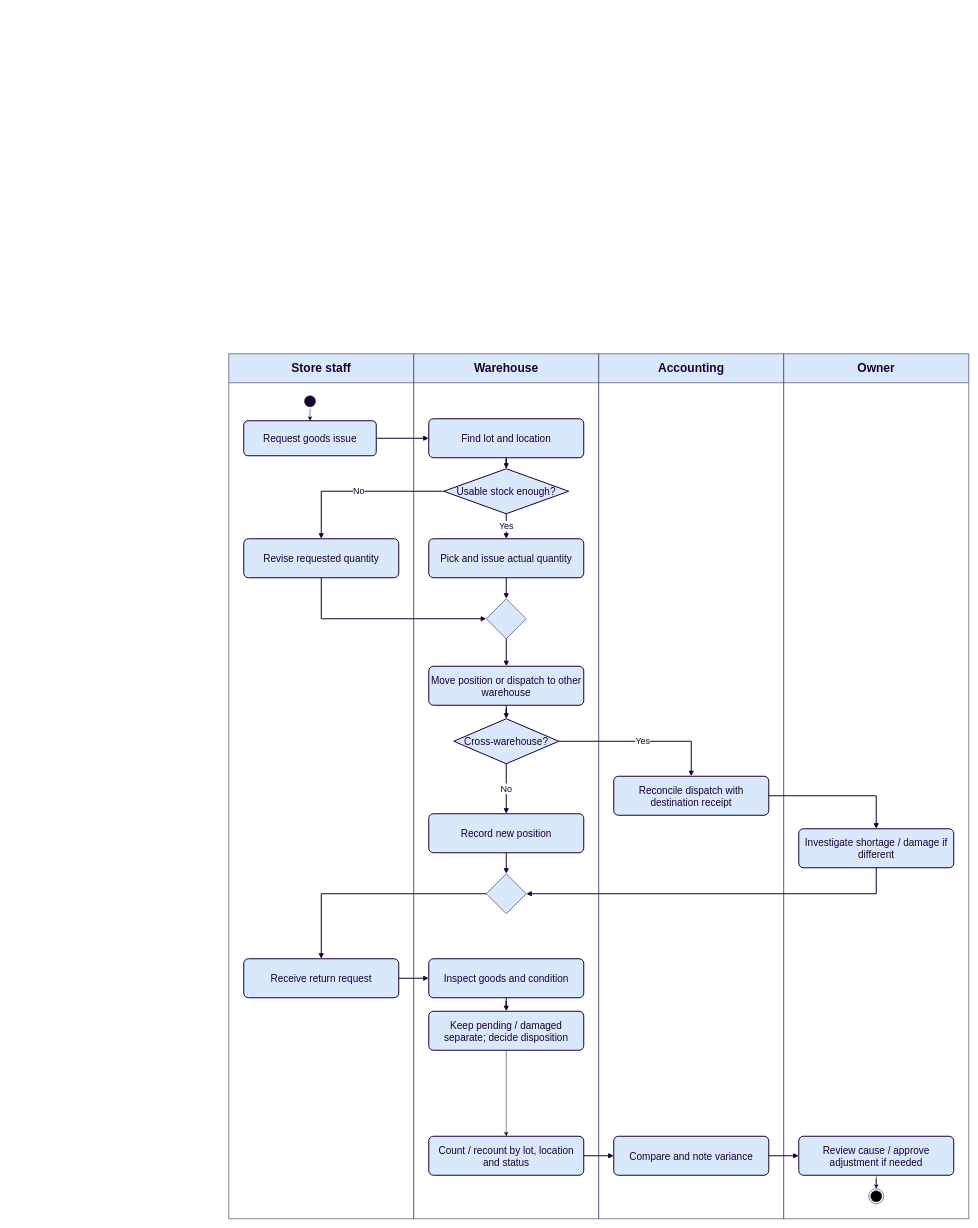
Earlier version of the draw.io diagram page "Kho - Hiện tại" (10 of 21) of docs/04_so_do/WMSD_Bangach.drawio (minhbach032003/docs_doan). Source tidied: cells renumbered, new cells numbered last; positions are measured from the earlier drawing's top-left corner, leaving out a move shared by most shapes. Both pictures are drawn from the tidied source at 50%, with x=0, y=0 at pixel (228, 354).
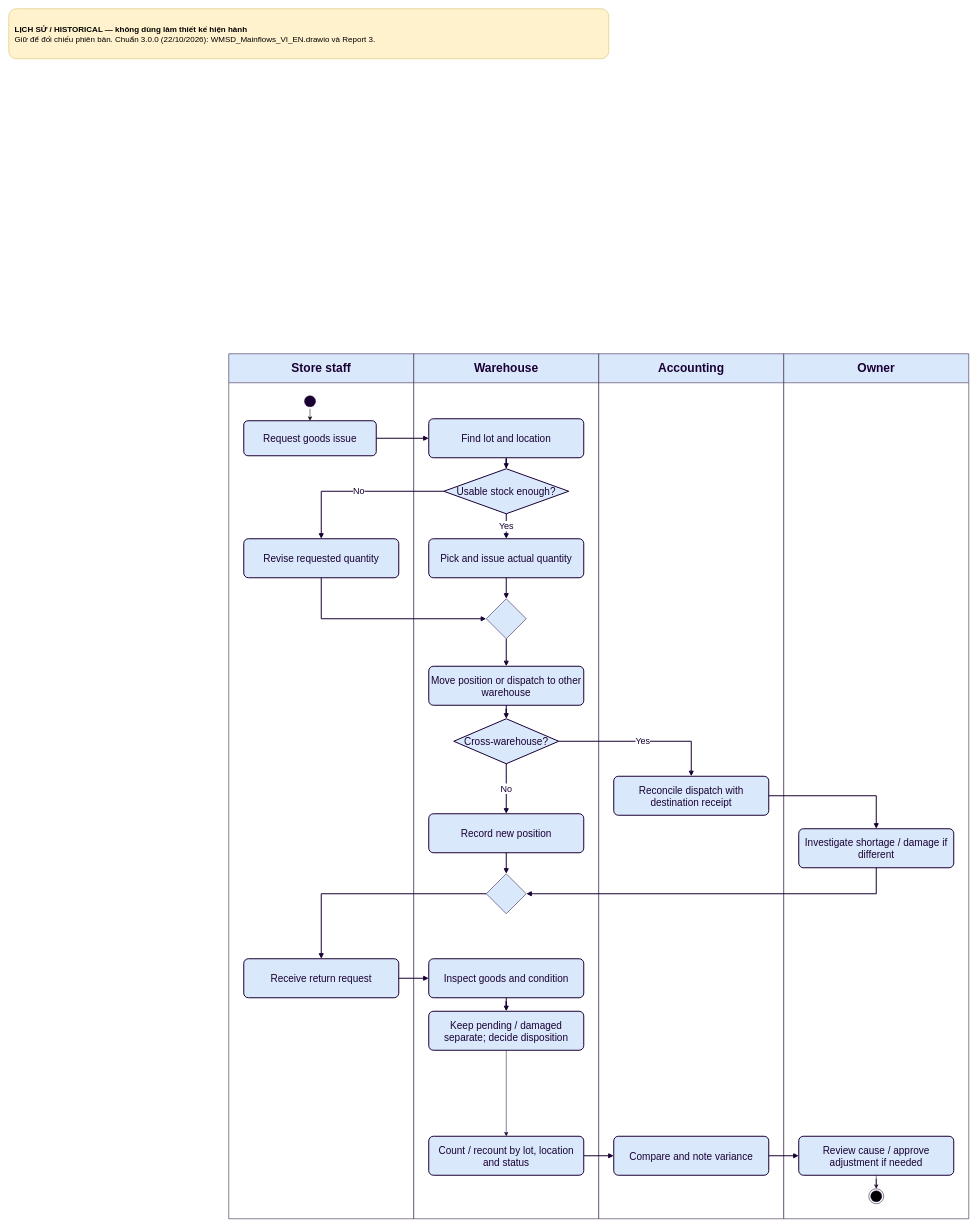
The same page after the edit.

Diff of the diagram source:
```diff
@@
+    <mxCell id="47" value="&lt;b&gt;LỊCH SỬ / HISTORICAL — không dùng làm thiết kế hiện hành&lt;/b&gt;&lt;br&gt;Giữ để đối chiếu phiên bản. Chuẩn 3.0.0 (22/10/2026): WMSD_Mainflows_VI_EN.drawio và Report 3." style="rounded=1;whiteSpace=wrap;html=1;fontFamily=Arial;fontSize=16;align=left;spacing=12;fillColor=#fff2cc;strokeColor=#d6b656;" parent="1" vertex="1">
+      <mxGeometry x="-440" y="-690" width="1200" height="100" as="geometry" />
+    </mxCell>
```
